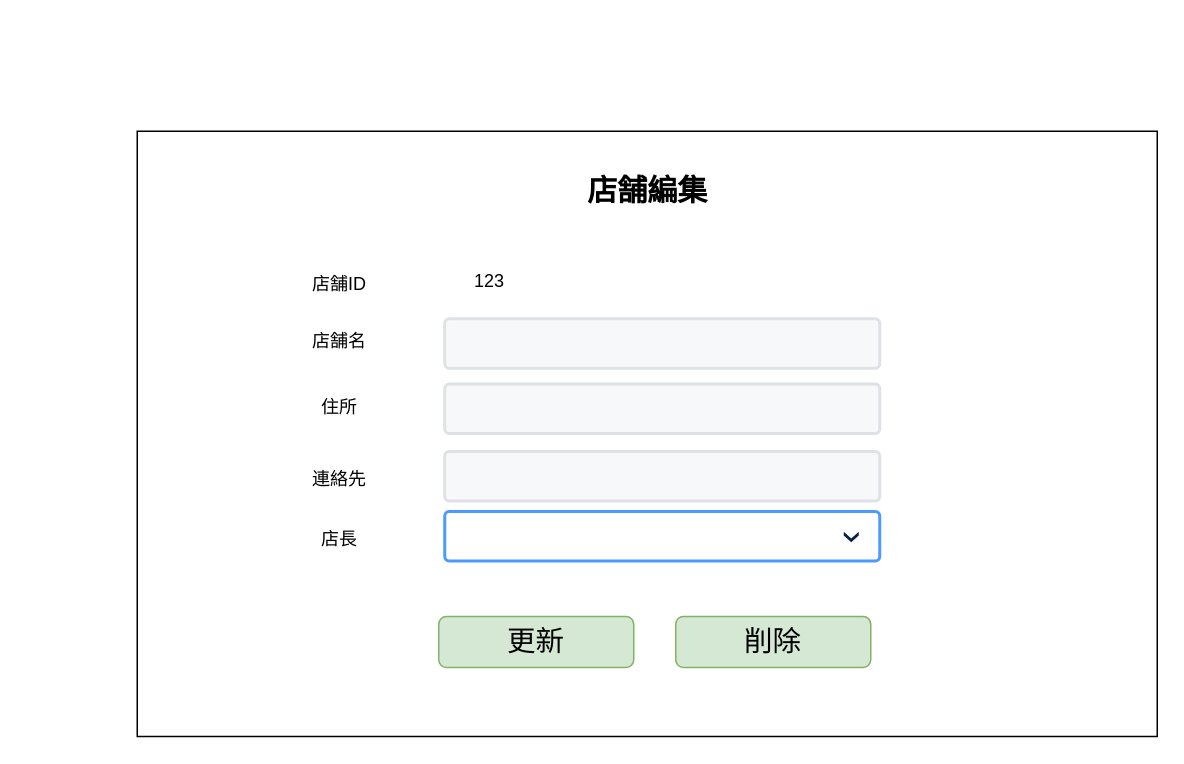
This is page "(どうする？)S02-04 店舗情報編集" (4 of 4) of 各種設計書/6.画面設計書/S02_店舗マスタ.drawio from HaruShim/Sotuken, a draw.io file, before an edit. Source tidied: cells renumbered, new cells numbered last; positions are measured from the earlier drawing's top-left corner, leaving out a move shared by most shapes. Both pictures are drawn from the tidied source at 150%, with x=0, y=0 at pixel (136, 130).
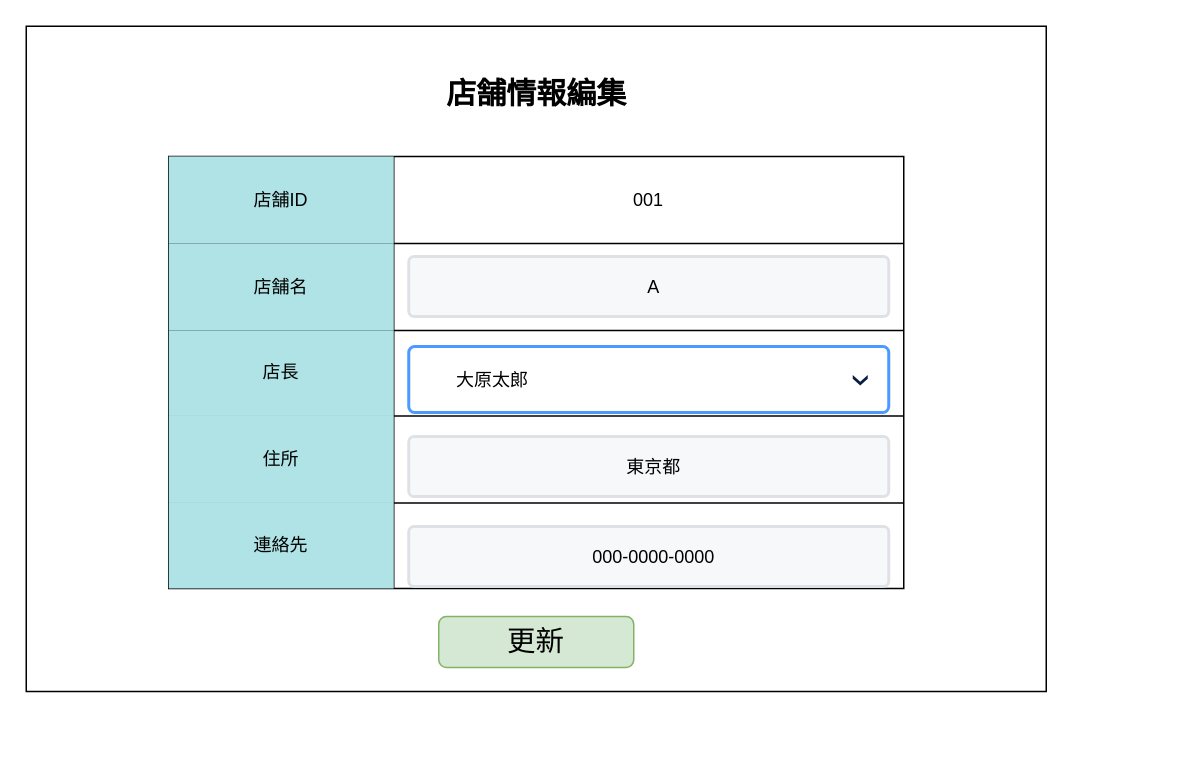
The same diagram, later.

Diff of the diagram source:
```diff
@@
-    <mxCell id="2" style="rounded=0;whiteSpace=wrap;html=1;" parent="1" vertex="1">
-      <mxGeometry width="680" height="403.5" as="geometry" />
-    </mxCell>
-    <mxCell id="3" value="店舗編集" style="text;html=1;strokeColor=none;fillColor=none;align=center;verticalAlign=middle;whiteSpace=wrap;rounded=0;fontColor=default;fontStyle=1;fontSize=20;" parent="1" vertex="1">
-      <mxGeometry x="267.5" y="13.5" width="145" height="50" as="geometry" />
-    </mxCell>
+    <mxCell id="19" style="rounded=0;whiteSpace=wrap;html=1;" parent="1" vertex="1">
+      <mxGeometry x="-74" y="-70" width="680" height="443.5" as="geometry" />
+    </mxCell>
+    <mxCell id="20" value="店舗情報編集" style="text;html=1;strokeColor=none;fillColor=none;align=center;verticalAlign=middle;whiteSpace=wrap;rounded=0;fontColor=default;fontStyle=1;fontSize=20;" parent="1" vertex="1">
+      <mxGeometry x="193.5" y="-51.5" width="145" height="50" as="geometry" />
+    </mxCell>
+    <mxCell id="14" value="&lt;span style=&quot;font-size: 19px&quot;&gt;更新&lt;/span&gt;" style="rounded=1;whiteSpace=wrap;html=1;align=center;labelBackgroundColor=none;fillColor=#d5e8d4;strokeColor=#82b366;" parent="1" vertex="1">
+      <mxGeometry x="201" y="323.5" width="130" height="34" as="geometry" />
+    </mxCell>
+    <mxCell id="21" style="shape=table;startSize=0;childLayout=tableLayout;" parent="1" vertex="1">
+      <mxGeometry x="21" y="16.8" width="490" height="288" as="geometry" />
+    </mxCell>
+    <mxCell id="22" style="shape=partialRectangle;fillColor=none;top=0;left=0;bottom=0;right=0;" parent="21" vertex="1">
+      <mxGeometry width="490" height="58" as="geometry" />
+    </mxCell>
-    <mxCell id="4" value="店舗ID" style="text;html=1;strokeColor=none;fillColor=none;align=center;verticalAlign=middle;whiteSpace=wrap;rounded=0;" parent="1" vertex="1">
-      <mxGeometry x="105" y="86.5" width="60" height="30" as="geometry" />
+    <mxCell id="4" value="店舗ID" style="shape=partialRectangle;html=1;whiteSpace=wrap;overflow=hidden;fillColor=#b0e3e6;top=0;left=0;bottom=0;right=0;strokeColor=#0e8088;" parent="22" vertex="1">
+      <mxGeometry width="150" height="58" as="geometry" />
     </mxCell>
+    <mxCell id="23" value="001" style="shape=partialRectangle;html=1;whiteSpace=wrap;overflow=hidden;fillColor=none;top=0;left=0;bottom=0;right=0;" parent="22" vertex="1">
+      <mxGeometry x="150" width="340" height="58" as="geometry" />
+    </mxCell>
+    <mxCell id="24" style="shape=partialRectangle;fillColor=none;top=0;left=0;bottom=0;right=0;" parent="21" vertex="1">
+      <mxGeometry y="58" width="490" height="58" as="geometry" />
+    </mxCell>
-    <mxCell id="5" value="店舗名" style="text;html=1;strokeColor=none;fillColor=none;align=center;verticalAlign=middle;whiteSpace=wrap;rounded=0;" parent="1" vertex="1">
-      <mxGeometry x="105" y="125" width="60" height="30" as="geometry" />
+    <mxCell id="5" value="店舗名" style="shape=partialRectangle;html=1;whiteSpace=wrap;overflow=hidden;fillColor=#b0e3e6;top=0;left=0;bottom=0;right=0;strokeColor=#0e8088;" parent="24" vertex="1">
+      <mxGeometry width="150" height="58" as="geometry" />
     </mxCell>
-    <mxCell id="6" style="rounded=1;arcSize=9;fillColor=#F7F8F9;align=left;spacingLeft=5;strokeColor=#DEE1E6;html=1;strokeWidth=2;fontSize=12;" parent="1" vertex="1">
-      <mxGeometry x="205" y="125" width="290" height="33" as="geometry" />
-    </mxCell>
+    <mxCell id="25" style="shape=partialRectangle;html=1;whiteSpace=wrap;overflow=hidden;fillColor=none;top=0;left=0;bottom=0;right=0;" parent="24" vertex="1">
+      <mxGeometry x="150" width="340" height="58" as="geometry" />
+    </mxCell>
+    <mxCell id="26" style="shape=partialRectangle;fillColor=none;top=0;left=0;bottom=0;right=0;" parent="21" vertex="1">
+      <mxGeometry y="116" width="490" height="57" as="geometry" />
+    </mxCell>
+    <mxCell id="11" value="店長" style="shape=partialRectangle;html=1;whiteSpace=wrap;overflow=hidden;fillColor=#b0e3e6;top=0;left=0;bottom=0;right=0;strokeColor=#0e8088;" parent="26" vertex="1">
+      <mxGeometry width="150" height="57" as="geometry" />
+    </mxCell>
+    <mxCell id="27" style="shape=partialRectangle;html=1;whiteSpace=wrap;overflow=hidden;fillColor=none;top=0;left=0;bottom=0;right=0;" parent="26" vertex="1">
+      <mxGeometry x="150" width="340" height="57" as="geometry" />
+    </mxCell>
+    <mxCell id="28" style="shape=partialRectangle;fillColor=none;top=0;left=0;bottom=0;right=0;" parent="21" vertex="1">
+      <mxGeometry y="173" width="490" height="58" as="geometry" />
+    </mxCell>
-    <mxCell id="7" value="住所" style="text;html=1;strokeColor=none;fillColor=none;align=center;verticalAlign=middle;whiteSpace=wrap;rounded=0;" parent="1" vertex="1">
-      <mxGeometry x="85" y="168.5" width="100" height="30" as="geometry" />
+    <mxCell id="7" value="住所" style="shape=partialRectangle;html=1;whiteSpace=wrap;overflow=hidden;fillColor=#b0e3e6;top=0;left=0;bottom=0;right=0;strokeColor=#0e8088;" parent="28" vertex="1">
+      <mxGeometry width="150" height="58" as="geometry" />
     </mxCell>
-    <mxCell id="8" style="rounded=1;arcSize=9;fillColor=#F7F8F9;align=left;spacingLeft=5;strokeColor=#DEE1E6;html=1;strokeWidth=2;fontSize=12;" parent="1" vertex="1">
-      <mxGeometry x="205" y="168.5" width="290" height="33" as="geometry" />
-    </mxCell>
+    <mxCell id="29" style="shape=partialRectangle;html=1;whiteSpace=wrap;overflow=hidden;fillColor=none;top=0;left=0;bottom=0;right=0;" parent="28" vertex="1">
+      <mxGeometry x="150" width="340" height="58" as="geometry" />
+    </mxCell>
+    <mxCell id="30" style="shape=partialRectangle;fillColor=none;top=0;left=0;bottom=0;right=0;" parent="21" vertex="1">
+      <mxGeometry y="231" width="490" height="57" as="geometry" />
+    </mxCell>
-    <mxCell id="9" value="連絡先" style="text;html=1;strokeColor=none;fillColor=none;align=center;verticalAlign=middle;whiteSpace=wrap;rounded=0;" parent="1" vertex="1">
-      <mxGeometry x="105" y="216.5" width="60" height="30" as="geometry" />
+    <mxCell id="9" value="連絡先" style="shape=partialRectangle;html=1;whiteSpace=wrap;overflow=hidden;fillColor=#b0e3e6;top=0;left=0;bottom=0;right=0;strokeColor=#0e8088;" parent="30" vertex="1">
+      <mxGeometry width="150" height="57" as="geometry" />
     </mxCell>
-    <mxCell id="10" style="rounded=1;arcSize=9;fillColor=#F7F8F9;align=left;spacingLeft=5;strokeColor=#DEE1E6;html=1;strokeWidth=2;fontSize=12;" parent="1" vertex="1">
-      <mxGeometry x="205" y="213.5" width="290" height="33" as="geometry" />
-    </mxCell>
-    <mxCell id="11" value="店長" style="text;html=1;strokeColor=none;fillColor=none;align=center;verticalAlign=middle;whiteSpace=wrap;rounded=0;" parent="1" vertex="1">
-      <mxGeometry x="105" y="256.5" width="60" height="30" as="geometry" />
-    </mxCell>
-    <mxCell id="12" style="rounded=1;arcSize=9;fillColor=#ffffff;strokeColor=#4C9AFF;html=1;strokeWidth=2;spacingLeft=30;fontColor=#000000;align=left;" parent="1" vertex="1">
-      <mxGeometry x="205" y="253.5" width="290" height="33" as="geometry" />
-    </mxCell>
-    <mxCell id="13" style="shape=step;whiteSpace=wrap;html=1;rounded=0;strokeColor=none;strokeWidth=2;fillColor=#0A1E43;gradientColor=none;fontFamily=Verdana;fontSize=14;fontColor=#000000;align=left;direction=south;size=0.65;" parent="12" vertex="1">
-      <mxGeometry x="1" y="0.5" width="10" height="7" relative="1" as="geometry">
-        <mxPoint x="-24" y="-3" as="offset" />
-      </mxGeometry>
-    </mxCell>
-    <mxCell id="14" value="&lt;span style=&quot;font-size: 19px&quot;&gt;更新&lt;/span&gt;" style="rounded=1;whiteSpace=wrap;html=1;align=center;labelBackgroundColor=none;fillColor=#d5e8d4;strokeColor=#82b366;" parent="1" vertex="1">
-      <mxGeometry x="201" y="323.5" width="130" height="34" as="geometry" />
-    </mxCell>
-    <mxCell id="15" value="123" style="text;html=1;strokeColor=none;fillColor=none;align=center;verticalAlign=middle;whiteSpace=wrap;rounded=0;" parent="1" vertex="1">
-      <mxGeometry x="205" y="84.5" width="60" height="30" as="geometry" />
-    </mxCell>
-    <mxCell id="16" value="&lt;span style=&quot;font-size: 19px&quot;&gt;削除&lt;/span&gt;" style="rounded=1;whiteSpace=wrap;html=1;align=center;labelBackgroundColor=none;fillColor=#d5e8d4;strokeColor=#82b366;" parent="1" vertex="1">
-      <mxGeometry x="359" y="323.5" width="130" height="34" as="geometry" />
-    </mxCell>
+    <mxCell id="31" style="shape=partialRectangle;html=1;whiteSpace=wrap;overflow=hidden;fillColor=none;top=0;left=0;bottom=0;right=0;" parent="30" vertex="1">
+      <mxGeometry x="150" width="340" height="57" as="geometry" />
+    </mxCell>
+    <mxCell id="32" value="A" style="rounded=1;arcSize=9;fillColor=#F7F8F9;align=center;spacingLeft=5;strokeColor=#DEE1E6;html=1;strokeWidth=2;fontSize=12;" parent="1" vertex="1">
+      <mxGeometry x="181" y="83.5" width="320" height="40" as="geometry" />
+    </mxCell>
+    <mxCell id="33" value="東京都" style="rounded=1;arcSize=9;fillColor=#F7F8F9;align=center;spacingLeft=5;strokeColor=#DEE1E6;html=1;strokeWidth=2;fontSize=12;" parent="1" vertex="1">
+      <mxGeometry x="181" y="203.5" width="320" height="40" as="geometry" />
+    </mxCell>
+    <mxCell id="34" value="000-0000-0000" style="rounded=1;arcSize=9;fillColor=#F7F8F9;align=center;spacingLeft=5;strokeColor=#DEE1E6;html=1;strokeWidth=2;fontSize=12;" parent="1" vertex="1">
+      <mxGeometry x="181" y="263.5" width="320" height="40" as="geometry" />
+    </mxCell>
+    <mxCell id="35" value="大原太郎" style="rounded=1;arcSize=9;fillColor=#ffffff;strokeColor=#4C9AFF;html=1;strokeWidth=2;spacingLeft=30;fontColor=#000000;align=left;" parent="1" vertex="1">
+      <mxGeometry x="181" y="143.5" width="320" height="44" as="geometry" />
+    </mxCell>
+    <mxCell id="36" style="shape=step;whiteSpace=wrap;html=1;rounded=0;strokeColor=none;strokeWidth=2;fillColor=#0A1E43;gradientColor=none;fontFamily=Verdana;fontSize=14;fontColor=#000000;align=left;direction=south;size=0.65;" parent="35" vertex="1">
+      <mxGeometry x="1" y="0.5" width="10" height="7" relative="1" as="geometry">
+        <mxPoint x="-24" y="-3" as="offset" />
+      </mxGeometry>
+    </mxCell>
```
